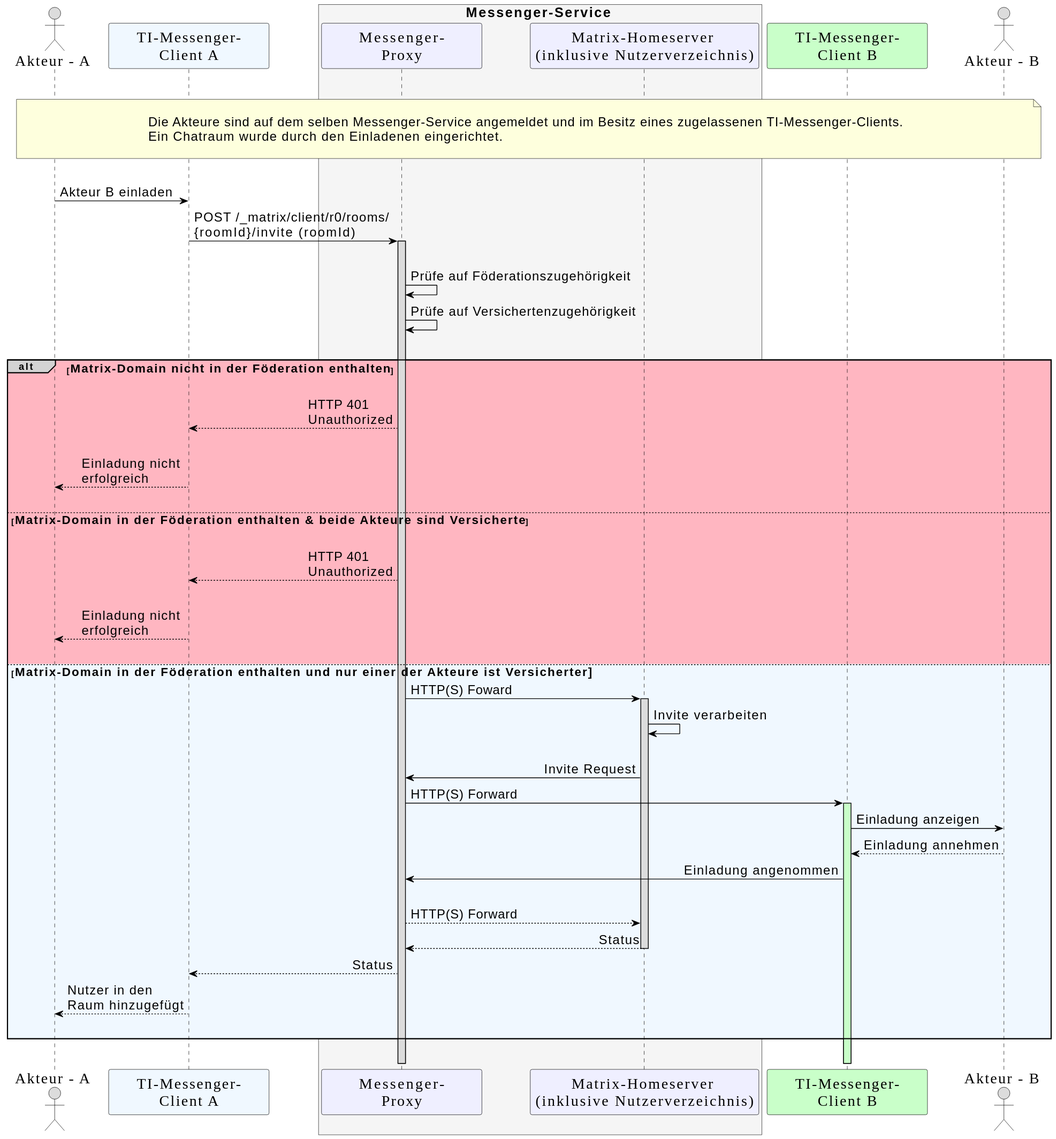
gematik/api-ti-messenger keeps this PlantUML diagram as images/diagrams/TI-Messenger-Dienst/Ressourcen/epa_UC_10104_Seq.svg. Above is the earlier version.
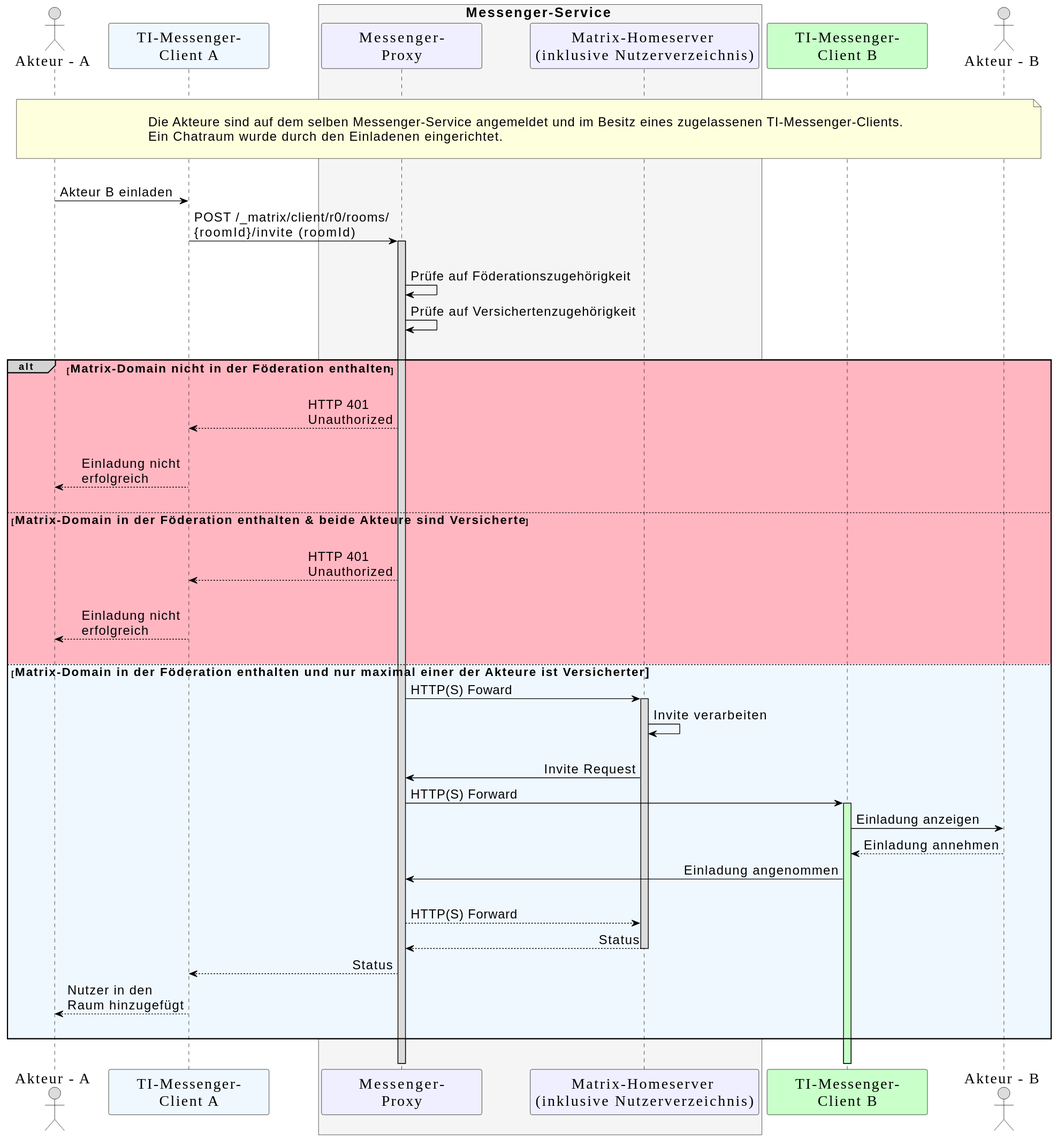
Later version of the same file.

Commit message:
Commit from GitHub Actions (GeneratePlantumlImages)

Change to the diagram source:
```diff
@@ -59,7 +59,7 @@
       C1-->U1: Einladung nicht \nerfolgreich
       |||
 
-      else #AliceBlue <size:16>Matrix-Domain in der Föderation enthalten und nur einer der Akteure ist Versicherter
+      else #AliceBlue <size:16>Matrix-Domain in der Föderation enthalten und nur maximal einer der Akteure ist Versicherter
       MP->MH: HTTP(S) Foward
         activate MH
       MH->MH: Invite verarbeiten
```
